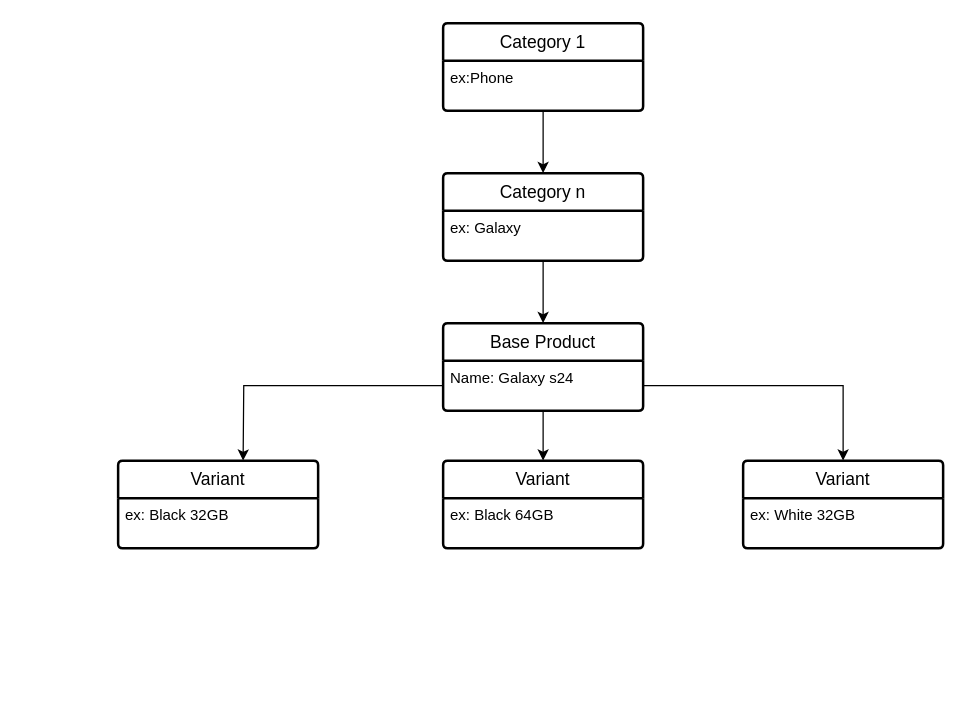
The draw.io diagram page "1. Structure product" (1 of 3) of Product.drawio in quangha1103/Knownledge-about-e-com-Test, before the edit. Source tidied: cells renumbered, new cells numbered last; positions are measured from the earlier drawing's top-left corner, leaving out a move shared by most shapes. Both pictures are drawn from the tidied source at 125%, with x=0, y=0 at pixel (118, 22).
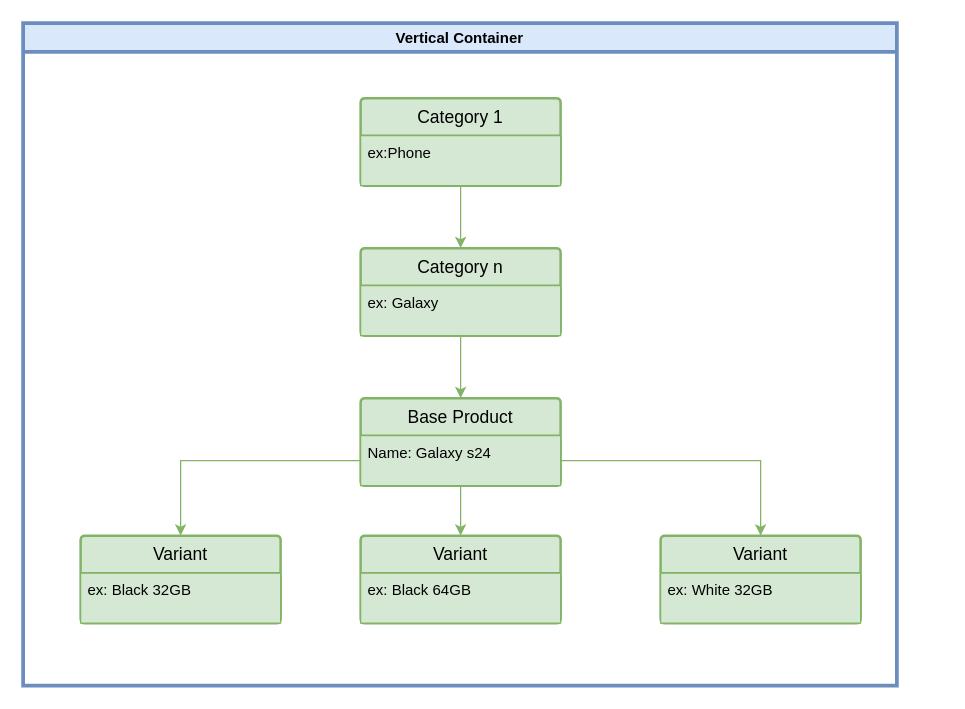
Above is the later version.

The edit, as a diff of the source:
```diff
@@
-    <mxCell id="2" style="group;" parent="1" vertex="1">
-      <mxGeometry width="620" height="420" as="geometry" />
-    </mxCell>
+    <mxCell id="20" value="Vertical Container" style="swimlane;whiteSpace=wrap;html=1;strokeWidth=3;fillColor=#dae8fc;strokeColor=#6c8ebf;" parent="1" vertex="1">
+      <mxGeometry x="-76" width="699" height="530" as="geometry" />
+    </mxCell>
-    <mxCell id="3" value="Base Product" style="swimlane;horizontal=1;startSize=30;rounded=1;fontSize=14;fontStyle=0;strokeWidth=2;shadow=0;dashed=0;align=center;arcSize=4;whiteSpace=wrap;html=1;" parent="2" vertex="1">
-      <mxGeometry x="260" y="240" width="160" height="70" as="geometry" />
+    <mxCell id="3" value="Base Product" style="swimlane;horizontal=1;startSize=30;rounded=1;fontSize=14;fontStyle=0;strokeWidth=2;shadow=0;dashed=0;align=center;arcSize=4;whiteSpace=wrap;html=1;fillColor=#d5e8d4;strokeColor=#82b366;" parent="20" vertex="1">
+      <mxGeometry x="270" y="300" width="160" height="70" as="geometry" />
     </mxCell>
-    <mxCell id="4" value="Name: Galaxy s24" style="align=left;strokeColor=none;fillColor=none;spacingLeft=4;fontSize=12;verticalAlign=top;html=1;" parent="3" vertex="1">
+    <mxCell id="4" value="Name: Galaxy s24" style="align=left;strokeColor=#82b366;fillColor=#d5e8d4;spacingLeft=4;fontSize=12;verticalAlign=top;html=1;" parent="3" vertex="1">
       <mxGeometry y="30" width="160" height="40" as="geometry" />
     </mxCell>
-    <mxCell id="5" value="Category 1" style="swimlane;horizontal=1;startSize=30;rounded=1;fontSize=14;fontStyle=0;strokeWidth=2;shadow=0;dashed=0;align=center;arcSize=4;whiteSpace=wrap;html=1;" parent="2" vertex="1">
-      <mxGeometry x="260" width="160" height="70" as="geometry" />
+    <mxCell id="5" value="Category 1" style="swimlane;horizontal=1;startSize=30;rounded=1;fontSize=14;fontStyle=0;strokeWidth=2;shadow=0;dashed=0;align=center;arcSize=4;whiteSpace=wrap;html=1;fillColor=#d5e8d4;strokeColor=#82b366;" parent="20" vertex="1">
+      <mxGeometry x="270" y="60" width="160" height="70" as="geometry" />
     </mxCell>
-    <mxCell id="6" value="ex:Phone" style="align=left;strokeColor=none;fillColor=none;spacingLeft=4;fontSize=12;verticalAlign=top;html=1;" parent="5" vertex="1">
+    <mxCell id="6" value="ex:Phone" style="align=left;strokeColor=#82b366;fillColor=#d5e8d4;spacingLeft=4;fontSize=12;verticalAlign=top;html=1;" parent="5" vertex="1">
       <mxGeometry y="30" width="160" height="40" as="geometry" />
     </mxCell>
-    <mxCell id="7" value="Variant" style="swimlane;horizontal=1;startSize=30;rounded=1;fontSize=14;fontStyle=0;strokeWidth=2;shadow=0;dashed=0;align=center;arcSize=4;whiteSpace=wrap;html=1;" parent="2" vertex="1">
-      <mxGeometry x="260" y="350" width="160" height="70" as="geometry" />
+    <mxCell id="7" value="Variant" style="swimlane;horizontal=1;startSize=30;rounded=1;fontSize=14;fontStyle=0;strokeWidth=2;shadow=0;dashed=0;align=center;arcSize=4;whiteSpace=wrap;html=1;fillColor=#d5e8d4;strokeColor=#82b366;" parent="20" vertex="1">
+      <mxGeometry x="270" y="410" width="160" height="70" as="geometry" />
     </mxCell>
-    <mxCell id="8" value="ex: Black 64GB" style="align=left;strokeColor=none;fillColor=none;spacingLeft=4;fontSize=12;verticalAlign=top;html=1;" parent="7" vertex="1">
+    <mxCell id="8" value="ex: Black 64GB" style="align=left;strokeColor=#82b366;fillColor=#d5e8d4;spacingLeft=4;fontSize=12;verticalAlign=top;html=1;" parent="7" vertex="1">
       <mxGeometry y="30" width="160" height="40" as="geometry" />
     </mxCell>
-    <mxCell id="9" value="Category n" style="swimlane;horizontal=1;startSize=30;rounded=1;fontSize=14;fontStyle=0;strokeWidth=2;shadow=0;dashed=0;align=center;arcSize=4;whiteSpace=wrap;html=1;" parent="2" vertex="1">
-      <mxGeometry x="260" y="120" width="160" height="70" as="geometry" />
+    <mxCell id="9" value="Category n" style="swimlane;horizontal=1;startSize=30;rounded=1;fontSize=14;fontStyle=0;strokeWidth=2;shadow=0;dashed=0;align=center;arcSize=4;whiteSpace=wrap;html=1;fillColor=#d5e8d4;strokeColor=#82b366;" parent="20" vertex="1">
+      <mxGeometry x="270" y="180" width="160" height="70" as="geometry" />
     </mxCell>
-    <mxCell id="10" value="ex: Galaxy" style="align=left;strokeColor=none;fillColor=none;spacingLeft=4;fontSize=12;verticalAlign=top;html=1;" parent="9" vertex="1">
+    <mxCell id="10" value="ex: Galaxy" style="align=left;strokeColor=#82b366;fillColor=#d5e8d4;spacingLeft=4;fontSize=12;verticalAlign=top;html=1;" parent="9" vertex="1">
       <mxGeometry y="30" width="160" height="40" as="geometry" />
     </mxCell>
-    <mxCell id="11" style="edgeStyle=orthogonalEdgeStyle;rounded=0;jettySize=auto;html=1;" parent="2" edge="1" source="6" target="9">
+    <mxCell id="11" style="edgeStyle=orthogonalEdgeStyle;rounded=0;jettySize=auto;html=1;fillColor=#d5e8d4;strokeColor=#82b366;" parent="20" edge="1" source="6" target="9">
       <mxGeometry relative="1" as="geometry" />
     </mxCell>
-    <mxCell id="12" style="edgeStyle=orthogonalEdgeStyle;rounded=0;jettySize=auto;html=1;" parent="2" edge="1" source="10" target="3">
+    <mxCell id="12" style="edgeStyle=orthogonalEdgeStyle;rounded=0;jettySize=auto;html=1;fillColor=#d5e8d4;strokeColor=#82b366;" parent="20" edge="1" source="10" target="3">
       <mxGeometry relative="1" as="geometry" />
     </mxCell>
-    <mxCell id="13" value="Variant" style="swimlane;horizontal=1;startSize=30;rounded=1;fontSize=14;fontStyle=0;strokeWidth=2;shadow=0;dashed=0;align=center;arcSize=4;whiteSpace=wrap;html=1;" parent="2" vertex="1">
-      <mxGeometry x="500" y="350" width="160" height="70" as="geometry" />
+    <mxCell id="13" value="Variant" style="swimlane;horizontal=1;startSize=30;rounded=1;fontSize=14;fontStyle=0;strokeWidth=2;shadow=0;dashed=0;align=center;arcSize=4;whiteSpace=wrap;html=1;fillColor=#d5e8d4;strokeColor=#82b366;" parent="20" vertex="1">
+      <mxGeometry x="510" y="410" width="160" height="70" as="geometry" />
     </mxCell>
-    <mxCell id="14" value="ex: White 32GB" style="align=left;strokeColor=none;fillColor=none;spacingLeft=4;fontSize=12;verticalAlign=top;html=1;" parent="13" vertex="1">
+    <mxCell id="14" value="ex: White 32GB" style="align=left;strokeColor=#82b366;fillColor=#d5e8d4;spacingLeft=4;fontSize=12;verticalAlign=top;html=1;" parent="13" vertex="1">
       <mxGeometry y="30" width="160" height="40" as="geometry" />
     </mxCell>
-    <mxCell id="15" value="Variant" style="swimlane;horizontal=1;startSize=30;rounded=1;fontSize=14;fontStyle=0;strokeWidth=2;shadow=0;dashed=0;align=center;arcSize=4;whiteSpace=wrap;html=1;" parent="2" vertex="1">
-      <mxGeometry y="350" width="160" height="70" as="geometry" />
+    <mxCell id="15" value="Variant" style="swimlane;horizontal=1;startSize=30;rounded=1;fontSize=14;fontStyle=0;strokeWidth=2;shadow=0;dashed=0;align=center;arcSize=4;whiteSpace=wrap;html=1;fillColor=#d5e8d4;strokeColor=#82b366;" parent="20" vertex="1">
+      <mxGeometry x="46" y="410" width="160" height="70" as="geometry" />
     </mxCell>
-    <mxCell id="16" value="ex: Black 32GB" style="align=left;strokeColor=none;fillColor=none;spacingLeft=4;fontSize=12;verticalAlign=top;html=1;" parent="15" vertex="1">
+    <mxCell id="16" value="ex: Black 32GB" style="align=left;strokeColor=#82b366;fillColor=#d5e8d4;spacingLeft=4;fontSize=12;verticalAlign=top;html=1;" parent="15" vertex="1">
       <mxGeometry y="30" width="160" height="40" as="geometry" />
     </mxCell>
-    <mxCell id="17" style="edgeStyle=orthogonalEdgeStyle;rounded=0;jettySize=auto;html=1;" parent="2" edge="1" source="4">
-      <mxGeometry relative="1" as="geometry">
-        <mxPoint x="100" y="350" as="targetPoint" />
-      </mxGeometry>
+    <mxCell id="17" style="edgeStyle=orthogonalEdgeStyle;rounded=0;jettySize=auto;html=1;fillColor=#d5e8d4;strokeColor=#82b366;" parent="20" edge="1" source="4" target="15">
+      <mxGeometry relative="1" as="geometry" />
     </mxCell>
-    <mxCell id="18" style="edgeStyle=orthogonalEdgeStyle;rounded=0;jettySize=auto;html=1;" parent="2" edge="1" source="4" target="13">
+    <mxCell id="18" style="edgeStyle=orthogonalEdgeStyle;rounded=0;jettySize=auto;html=1;fillColor=#d5e8d4;strokeColor=#82b366;" parent="20" edge="1" source="4" target="13">
       <mxGeometry relative="1" as="geometry" />
     </mxCell>
-    <mxCell id="19" style="edgeStyle=orthogonalEdgeStyle;rounded=0;jettySize=auto;html=1;" parent="2" edge="1" source="4" target="7">
+    <mxCell id="19" style="edgeStyle=orthogonalEdgeStyle;rounded=0;jettySize=auto;html=1;fillColor=#d5e8d4;strokeColor=#82b366;" parent="20" edge="1" source="4" target="7">
       <mxGeometry relative="1" as="geometry" />
     </mxCell>
```
